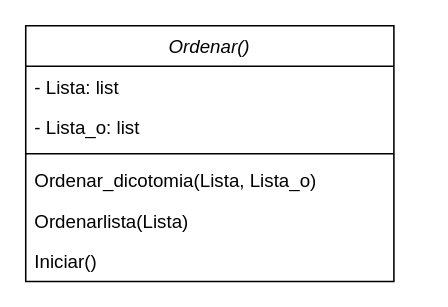
Above: Class Dicotomía.drawio in PdEXavierMY/Ejercicios_Ordenar (draw.io), before the change. Source tidied: cells renumbered, new cells numbered last; positions are measured from the earlier drawing's top-left corner, leaving out a move shared by most shapes. Both pictures are drawn from the tidied source at 156%, with x=0, y=0 at pixel (25, 25).
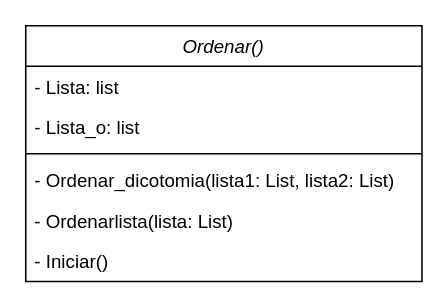
The same page after the edit.

Diff of the diagram source:
```diff
@@
 <mxGraphModel>
   <root>
     <mxCell id="0" />
     <mxCell id="1" parent="0" />
     <mxCell id="2" value="Ordenar()" style="swimlane;fontStyle=2;align=center;verticalAlign=top;horizontal=1;startSize=26;rounded=0;shadow=0;strokeWidth=1;" parent="1" vertex="1">
-      <mxGeometry width="236" height="164" as="geometry" />
+      <mxGeometry width="254" height="164" as="geometry" />
     </mxCell>
     <mxCell id="3" value="- Lista: list" style="text;align=left;verticalAlign=top;spacingLeft=4;spacingRight=4;overflow=hidden;" parent="2" vertex="1">
-      <mxGeometry y="26" width="236" height="26" as="geometry" />
+      <mxGeometry y="26" width="254" height="26" as="geometry" />
     </mxCell>
     <mxCell id="4" value="- Lista_o: list" style="text;align=left;verticalAlign=top;spacingLeft=4;spacingRight=4;overflow=hidden;rounded=0;shadow=0;html=0;" parent="2" vertex="1">
-      <mxGeometry y="52" width="236" height="26" as="geometry" />
+      <mxGeometry y="52" width="254" height="26" as="geometry" />
     </mxCell>
     <mxCell id="5" style="line;html=1;strokeWidth=1;align=left;verticalAlign=middle;spacingTop=-1;spacingLeft=3;spacingRight=3;labelPosition=right;" parent="2" vertex="1">
-      <mxGeometry y="78" width="236" height="8" as="geometry" />
+      <mxGeometry y="78" width="254" height="8" as="geometry" />
     </mxCell>
-    <mxCell id="6" value="Ordenar_dicotomia(Lista, Lista_o)" style="text;align=left;verticalAlign=top;spacingLeft=4;spacingRight=4;overflow=hidden;" parent="2" vertex="1">
-      <mxGeometry y="86" width="236" height="26" as="geometry" />
+    <mxCell id="6" value="- Ordenar_dicotomia(lista1: List, lista2: List)" style="text;align=left;verticalAlign=top;spacingLeft=4;spacingRight=4;overflow=hidden;" parent="2" vertex="1">
+      <mxGeometry y="86" width="254" height="26" as="geometry" />
     </mxCell>
-    <mxCell id="7" value="Ordenarlista(Lista)" style="text;align=left;verticalAlign=top;spacingLeft=4;spacingRight=4;overflow=hidden;" parent="2" vertex="1">
-      <mxGeometry y="112" width="236" height="26" as="geometry" />
+    <mxCell id="7" value="- Ordenarlista(lista: List)" style="text;align=left;verticalAlign=top;spacingLeft=4;spacingRight=4;overflow=hidden;" parent="2" vertex="1">
+      <mxGeometry y="112" width="254" height="26" as="geometry" />
     </mxCell>
-    <mxCell id="8" value="Iniciar()" style="text;align=left;verticalAlign=top;spacingLeft=4;spacingRight=4;overflow=hidden;" parent="2" vertex="1">
-      <mxGeometry y="138" width="236" height="26" as="geometry" />
+    <mxCell id="8" value="- Iniciar()" style="text;align=left;verticalAlign=top;spacingLeft=4;spacingRight=4;overflow=hidden;" parent="2" vertex="1">
+      <mxGeometry y="138" width="254" height="26" as="geometry" />
     </mxCell>
   </root>
 </mxGraphModel>
```
